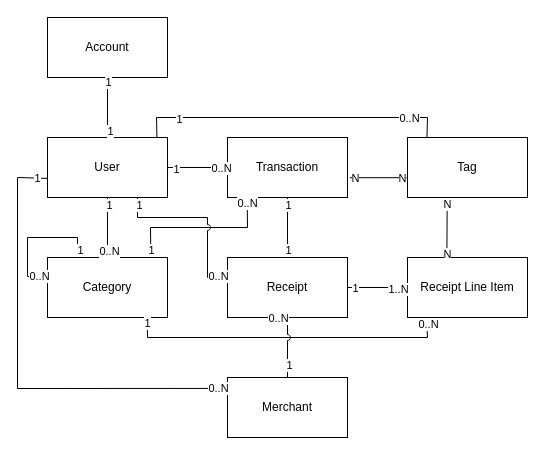
Above: pics/FinanceConsulter.drawio in FinanceConsulter/FinanceConsulter (draw.io), before the change. Source tidied: cells renumbered, new cells numbered last; positions are measured from the earlier drawing's top-left corner, leaving out a move shared by most shapes. Both pictures are drawn from the tidied source at 100%, with x=0, y=0 at pixel (17, 17).
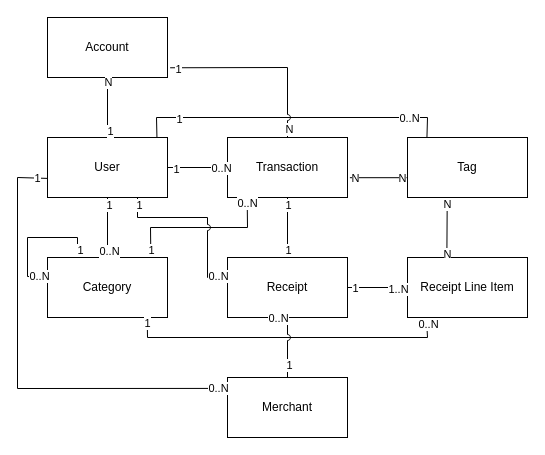
The same diagram, later.

The change refers to these unchanged cells:
```xml
<mxCell id="3" value="Account" style="rounded=0;whiteSpace=wrap;html=1;" parent="1" vertex="1">
  <mxGeometry x="30" width="120" height="60" as="geometry" />
</mxCell>
<mxCell id="4" style="endArrow=none;html=1;rounded=0;exitX=0.5;exitY=0;exitDx=0;exitDy=0;entryX=0.5;entryY=1;entryDx=0;entryDy=0;" parent="1" edge="1" source="2" target="3">
  <mxGeometry relative="1" as="geometry" />
</mxCell>
<mxCell id="7" value="Transaction" style="rounded=0;whiteSpace=wrap;html=1;" parent="1" vertex="1">
  <mxGeometry x="210" y="120" width="120" height="60" as="geometry" />
</mxCell>
```

The edit, as a diff of the source:
```diff
@@
-    <mxCell id="5" value="1" style="edgeLabel;html=1;align=center;verticalAlign=middle;" parent="4" vertex="1">
+    <mxCell id="5" value="N" style="edgeLabel;html=1;align=center;verticalAlign=middle;" parent="4" vertex="1">
       <mxGeometry x="0.85" relative="1" as="geometry" />
     </mxCell>
@@
+    <mxCell id="52" style="endArrow=none;html=1;rounded=0;jumpStyle=arc;exitX=1.022;exitY=0.838;exitDx=0;exitDy=0;exitPerimeter=0;entryX=0.5;entryY=0;entryDx=0;entryDy=0;" parent="1" edge="1" source="3" target="7">
+      <mxGeometry relative="1" as="geometry">
+        <Array as="points">
+          <mxPoint x="270" y="50" />
+        </Array>
+      </mxGeometry>
+    </mxCell>
+    <mxCell id="53" value="1" style="edgeLabel;html=1;align=center;verticalAlign=middle;" parent="52" vertex="1">
+      <mxGeometry x="-0.91" y="-1" relative="1" as="geometry" />
+    </mxCell>
+    <mxCell id="54" value="N" style="edgeLabel;html=1;align=center;verticalAlign=middle;" parent="52" vertex="1">
+      <mxGeometry x="0.91" y="1" relative="1" as="geometry" />
+    </mxCell>
```
